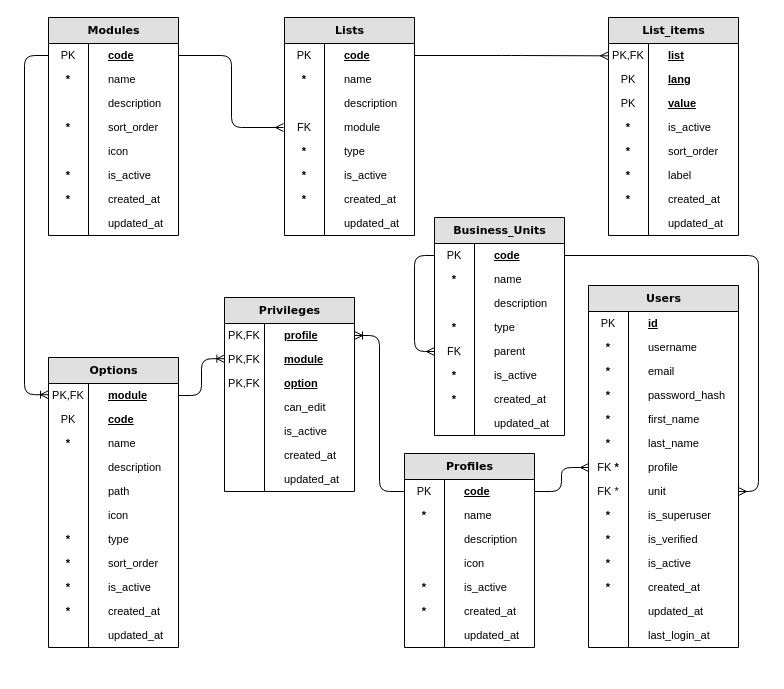
abc-flex/synapxia keeps this draw.io diagram as page "admin" (2 of 8) of docs/models.drawio. Above is the earlier version. Source tidied: cells renumbered, new cells numbered last; positions are measured from the earlier drawing's top-left corner, leaving out a move shared by most shapes. Both pictures are drawn from the tidied source at 100%, with x=0, y=0 at pixel (24, 17).
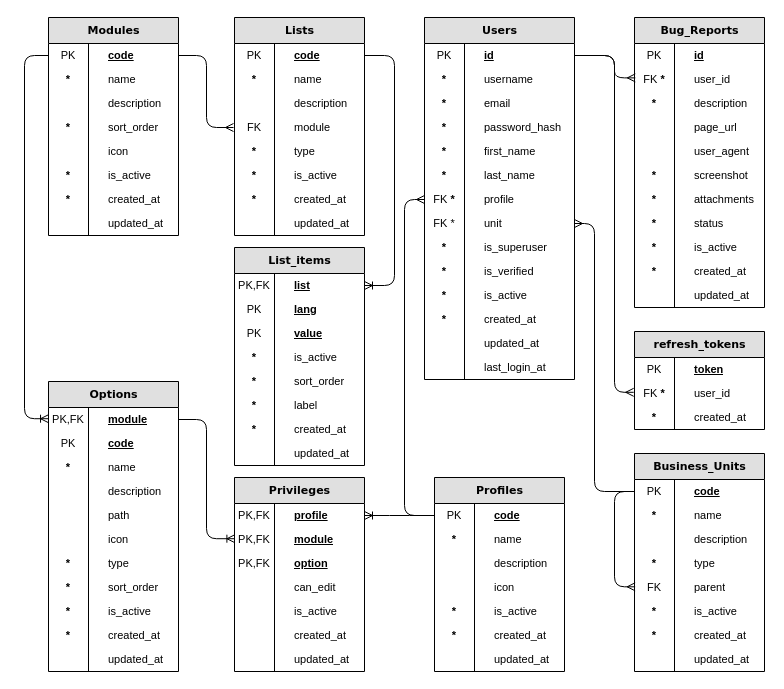
Above is the later version.

Commit message (it also covers changes not shown here):
chore: bug_reports and refresh_token integrated in DDL scripts

Unchanged cells that the change refers to:
```xml
<mxCell id="20" value="&lt;u&gt;code&lt;/u&gt;" style="shape=partialRectangle;top=0;left=0;right=0;bottom=0;html=1;align=left;verticalAlign=middle;fillColor=none;spacingLeft=60;spacingRight=4;whiteSpace=wrap;overflow=hidden;points=[[0,0.5],[1,0.5]];portConstraint=eastwest;fontStyle=1;fontSize=11;spacing=0;" parent="19" vertex="1">
  <mxGeometry y="26" width="130" height="24" as="geometry" />
</mxCell>
<mxCell id="37" value="&lt;u&gt;list&lt;/u&gt;" style="shape=partialRectangle;top=0;left=0;right=0;bottom=0;html=1;align=left;verticalAlign=middle;fillColor=none;spacingLeft=60;spacingRight=4;whiteSpace=wrap;overflow=hidden;points=[[0,0.5],[1,0.5]];portConstraint=eastwest;fontStyle=1;fontSize=11;spacing=0;" parent="36" vertex="1">
  <mxGeometry y="26" width="130" height="24" as="geometry" />
</mxCell>
<mxCell id="38" value="&lt;span style=&quot;font-weight: normal;&quot;&gt;PK,FK&lt;/span&gt;" style="shape=partialRectangle;fontStyle=1;top=0;left=0;bottom=0;html=1;fillColor=none;align=center;verticalAlign=middle;spacingLeft=4;spacingRight=4;whiteSpace=wrap;overflow=hidden;points=[];portConstraint=eastwest;fontSize=11;spacing=0;" parent="37" vertex="1">
  <mxGeometry width="40" height="24" as="geometry" />
</mxCell>
<mxCell id="54" value="&lt;u&gt;code&lt;/u&gt;" style="shape=partialRectangle;top=0;left=0;right=0;bottom=0;html=1;align=left;verticalAlign=middle;fillColor=none;spacingLeft=60;spacingRight=4;whiteSpace=wrap;overflow=hidden;points=[[0,0.5],[1,0.5]];portConstraint=eastwest;fontStyle=1;fontSize=11;spacing=0;" parent="53" vertex="1">
  <mxGeometry y="26" width="130" height="24" as="geometry" />
</mxCell>
<mxCell id="69" value="&lt;u&gt;id&lt;/u&gt;" style="shape=partialRectangle;top=0;left=0;right=0;bottom=0;html=1;align=left;verticalAlign=middle;fillColor=none;spacingLeft=60;spacingRight=4;whiteSpace=wrap;overflow=hidden;points=[[0,0.5],[1,0.5]];portConstraint=eastwest;fontStyle=1;fontSize=11;spacing=0;shadow=0;" parent="68" vertex="1">
  <mxGeometry y="26" width="150" height="24" as="geometry" />
</mxCell>
<mxCell id="82" value="FK&amp;nbsp;&lt;b&gt;*&lt;/b&gt;" style="shape=partialRectangle;fontStyle=0;top=0;left=0;bottom=0;html=1;fillColor=none;align=center;verticalAlign=middle;spacingLeft=4;spacingRight=4;whiteSpace=wrap;overflow=hidden;points=[];portConstraint=eastwest;fontSize=11;spacing=0;" parent="81" vertex="1">
  <mxGeometry width="40" height="24" as="geometry" />
</mxCell>
<mxCell id="83" value="unit" style="shape=partialRectangle;top=0;left=0;right=0;bottom=0;html=1;align=left;verticalAlign=middle;fillColor=none;spacingLeft=60;spacingRight=4;whiteSpace=wrap;overflow=hidden;points=[[0,0.5],[1,0.5]];portConstraint=eastwest;fontStyle=0;fontSize=11;spacing=0;" parent="68" vertex="1">
  <mxGeometry y="194" width="150" height="24" as="geometry" />
</mxCell>
<mxCell id="142" value="&lt;u&gt;code&lt;/u&gt;" style="shape=partialRectangle;top=0;left=0;right=0;bottom=0;html=1;align=left;verticalAlign=middle;fillColor=none;spacingLeft=60;spacingRight=4;whiteSpace=wrap;overflow=hidden;points=[[0,0.5],[1,0.5]];portConstraint=eastwest;fontStyle=1;fontSize=11;spacing=0;" parent="141" vertex="1">
  <mxGeometry y="26" width="130" height="24" as="geometry" />
</mxCell>
<mxCell id="143" value="&lt;span style=&quot;font-weight: normal;&quot;&gt;PK&lt;/span&gt;" style="shape=partialRectangle;fontStyle=1;top=0;left=0;bottom=0;html=1;fillColor=none;align=center;verticalAlign=middle;spacingLeft=4;spacingRight=4;whiteSpace=wrap;overflow=hidden;points=[];portConstraint=eastwest;fontSize=11;spacing=0;" parent="142" vertex="1">
  <mxGeometry width="40" height="24" as="geometry" />
</mxCell>
<mxCell id="151" value="FK" style="shape=partialRectangle;fontStyle=0;top=0;left=0;bottom=0;html=1;fillColor=none;align=center;verticalAlign=middle;spacingLeft=4;spacingRight=4;whiteSpace=wrap;overflow=hidden;points=[];portConstraint=eastwest;fontSize=11;spacing=0;" parent="150" vertex="1">
  <mxGeometry width="40" height="24" as="geometry" />
</mxCell>
```

Change to the diagram source:
```diff
@@
     <mxCell id="19" value="&lt;font&gt;&lt;span&gt;Lists&lt;/span&gt;&lt;/font&gt;" style="swimlane;html=1;fontStyle=1;horizontal=1;startSize=26;fillColor=#e0e0e0;swimlaneFillColor=#ffffff;align=center;rounded=0;shadow=0;comic=0;labelBackgroundColor=none;strokeWidth=1;fontFamily=Verdana;fontSize=11;spacing=0;" parent="1" vertex="1">
-      <mxGeometry x="260" width="130" height="218" as="geometry" />
+      <mxGeometry x="210" width="130" height="218" as="geometry" />
     </mxCell>
@@
     <mxCell id="36" value="&lt;font&gt;&lt;span&gt;List_items&lt;/span&gt;&lt;/font&gt;" style="swimlane;html=1;fontStyle=1;horizontal=1;startSize=26;fillColor=#e0e0e0;swimlaneFillColor=#ffffff;align=center;rounded=0;shadow=0;comic=0;labelBackgroundColor=none;strokeWidth=1;fontFamily=Verdana;fontSize=11;spacing=0;" parent="1" vertex="1">
-      <mxGeometry x="584" width="130" height="218" as="geometry" />
+      <mxGeometry x="210" y="230" width="130" height="218" as="geometry" />
     </mxCell>
@@
     <mxCell id="53" value="&lt;font&gt;Profiles&lt;/font&gt;" style="swimlane;html=1;fontStyle=1;horizontal=1;startSize=26;fillColor=#e0e0e0;swimlaneFillColor=#ffffff;align=center;rounded=0;shadow=0;comic=0;labelBackgroundColor=none;strokeWidth=1;fontFamily=Verdana;fontSize=11;spacing=0;" parent="1" vertex="1">
-      <mxGeometry x="380" y="436" width="130" height="194" as="geometry" />
+      <mxGeometry x="410" y="460" width="130" height="194" as="geometry" />
     </mxCell>
@@
     <mxCell id="68" value="&lt;font&gt;Users&lt;/font&gt;" style="swimlane;html=1;fontStyle=1;horizontal=1;startSize=26;fillColor=#e0e0e0;swimlaneFillColor=#ffffff;align=center;rounded=0;shadow=0;comic=0;labelBackgroundColor=none;strokeWidth=1;fontFamily=Verdana;fontSize=11;spacing=0;" parent="1" vertex="1">
-      <mxGeometry x="564" y="268" width="150" height="362" as="geometry" />
+      <mxGeometry x="400" width="150" height="362" as="geometry" />
     </mxCell>
@@
     <mxCell id="97" value="&lt;font&gt;Options&lt;/font&gt;" style="swimlane;html=1;fontStyle=1;horizontal=1;startSize=26;fillColor=#e0e0e0;swimlaneFillColor=#ffffff;align=center;rounded=0;shadow=0;comic=0;labelBackgroundColor=none;strokeWidth=1;fontFamily=Verdana;fontSize=11;spacing=0;" parent="1" vertex="1">
-      <mxGeometry x="24" y="340" width="130" height="290" as="geometry" />
+      <mxGeometry x="24" y="364" width="130" height="290" as="geometry" />
     </mxCell>
@@
     <mxCell id="120" value="&lt;font&gt;Privileges&lt;/font&gt;" style="swimlane;html=1;fontStyle=1;horizontal=1;startSize=26;fillColor=#e0e0e0;swimlaneFillColor=#ffffff;align=center;rounded=0;shadow=0;comic=0;labelBackgroundColor=none;strokeWidth=1;fontFamily=Verdana;fontSize=11;spacing=0;" parent="1" vertex="1">
-      <mxGeometry x="200" y="280" width="130" height="194" as="geometry" />
+      <mxGeometry x="210" y="460" width="130" height="194" as="geometry" />
     </mxCell>
@@
-    <mxCell id="136" style="edgeStyle=elbowEdgeStyle;html=1;startArrow=none;endArrow=ERmany;rounded=1;fontFamily=Verdana;fontSize=11;fontStyle=1;spacing=0;startFill=0;exitX=1;exitY=0.5;exitDx=0;exitDy=0;entryX=0;entryY=0.514;entryDx=0;entryDy=0;entryPerimeter=0;" parent="1" edge="1" source="20" target="38">
-      <mxGeometry relative="1" as="geometry" />
+    <mxCell id="136" style="edgeStyle=elbowEdgeStyle;html=1;startArrow=none;endArrow=ERoneToMany;rounded=1;fontFamily=Verdana;fontSize=11;fontStyle=1;spacing=0;startFill=0;exitX=1;exitY=0.5;exitDx=0;exitDy=0;entryX=1;entryY=0.5;entryDx=0;entryDy=0;endFill=0;" parent="1" edge="1" source="20" target="37">
+      <mxGeometry relative="1" as="geometry">
+        <Array as="points">
+          <mxPoint x="370" y="160" />
+        </Array>
+      </mxGeometry>
     </mxCell>
     <mxCell id="137" style="edgeStyle=elbowEdgeStyle;html=1;startArrow=none;endArrow=ERmany;rounded=1;fontFamily=Verdana;fontSize=11;fontStyle=1;spacing=0;startFill=0;" parent="1" edge="1" source="54" target="82">
-      <mxGeometry relative="1" as="geometry" />
+      <mxGeometry relative="1" as="geometry">
+        <Array as="points">
+          <mxPoint x="380" y="330" />
+        </Array>
+      </mxGeometry>
     </mxCell>
@@
     <mxCell id="141" value="&lt;font&gt;Business_Units&lt;/font&gt;" style="swimlane;html=1;fontStyle=1;horizontal=1;startSize=26;fillColor=#e0e0e0;swimlaneFillColor=#ffffff;align=center;rounded=0;shadow=0;comic=0;labelBackgroundColor=none;strokeWidth=1;fontFamily=Verdana;fontSize=11;spacing=0;" parent="1" vertex="1">
-      <mxGeometry x="410" y="200" width="130" height="218" as="geometry" />
+      <mxGeometry x="610" y="436" width="130" height="218" as="geometry" />
     </mxCell>
@@
-    <mxCell id="158" style="edgeStyle=elbowEdgeStyle;html=1;startArrow=none;endArrow=ERmany;rounded=1;fontFamily=Verdana;fontSize=11;fontStyle=1;spacing=0;startFill=0;" parent="141" edge="1" source="143" target="151">
+    <mxCell id="158" style="edgeStyle=elbowEdgeStyle;html=1;startArrow=none;endArrow=ERmany;rounded=1;fontFamily=Verdana;fontSize=11;fontStyle=1;spacing=0;startFill=0;exitX=0;exitY=0.5;exitDx=0;exitDy=0;entryX=0.016;entryY=0.471;entryDx=0;entryDy=0;entryPerimeter=0;" parent="141" edge="1" source="142" target="151">
       <mxGeometry relative="1" as="geometry">
         <Array as="points">
-          <mxPoint x="-20" y="189" />
+          <mxPoint x="-20" y="88" />
         </Array>
       </mxGeometry>
     </mxCell>
-    <mxCell id="159" style="edgeStyle=elbowEdgeStyle;html=1;startArrow=none;endArrow=ERmany;rounded=1;fontFamily=Verdana;fontSize=11;fontStyle=1;spacing=0;startFill=0;entryX=1;entryY=0.5;entryDx=0;entryDy=0;exitX=1;exitY=0.5;exitDx=0;exitDy=0;" parent="1" edge="1" source="142" target="83">
+    <mxCell id="159" style="edgeStyle=elbowEdgeStyle;html=1;startArrow=none;endArrow=ERmany;rounded=1;fontFamily=Verdana;fontSize=11;fontStyle=1;spacing=0;startFill=0;entryX=1;entryY=0.5;entryDx=0;entryDy=0;exitX=0;exitY=0.5;exitDx=0;exitDy=0;" parent="1" edge="1" source="142" target="83">
       <mxGeometry relative="1" as="geometry">
         <Array as="points">
-          <mxPoint x="734" y="380" />
+          <mxPoint x="570" y="340" />
         </Array>
       </mxGeometry>
     </mxCell>
+    <mxCell id="160" value="&lt;font&gt;Bug_Reports&lt;/font&gt;" style="swimlane;html=1;fontStyle=1;horizontal=1;startSize=26;fillColor=#e0e0e0;swimlaneFillColor=#ffffff;align=center;rounded=0;shadow=0;comic=0;labelBackgroundColor=none;strokeWidth=1;fontFamily=Verdana;fontSize=11;spacing=0;" parent="1" vertex="1">
+      <mxGeometry x="610" width="130" height="290" as="geometry" />
+    </mxCell>
+    <mxCell id="161" value="&lt;u&gt;id&lt;/u&gt;" style="shape=partialRectangle;top=0;left=0;right=0;bottom=0;html=1;align=left;verticalAlign=middle;fillColor=none;spacingLeft=60;spacingRight=4;whiteSpace=wrap;overflow=hidden;fontStyle=1;fontSize=11;spacing=0;" parent="160" vertex="1">
+      <mxGeometry y="26" width="130" height="24" as="geometry" />
+    </mxCell>
+    <mxCell id="162" value="&lt;span style=&quot;font-weight: normal;&quot;&gt;PK&lt;/span&gt;" style="shape=partialRectangle;fontStyle=1;top=0;left=0;bottom=0;html=1;fillColor=none;align=center;verticalAlign=middle;spacingLeft=4;spacingRight=4;whiteSpace=wrap;overflow=hidden;fontSize=11;spacing=0;" parent="161" vertex="1">
+      <mxGeometry width="40" height="24" as="geometry" />
+    </mxCell>
+    <mxCell id="163" value="&lt;span style=&quot;font-weight: normal;&quot;&gt;user_id&lt;/span&gt;" style="shape=partialRectangle;top=0;left=0;right=0;bottom=0;html=1;align=left;verticalAlign=middle;fillColor=none;spacingLeft=60;spacingRight=4;whiteSpace=wrap;overflow=hidden;fontStyle=1;fontSize=11;spacing=0;" parent="160" vertex="1">
+      <mxGeometry y="50" width="130" height="24" as="geometry" />
+    </mxCell>
+    <mxCell id="164" value="&lt;span style=&quot;font-weight: normal;&quot;&gt;FK&amp;nbsp;&lt;/span&gt;&lt;b&gt;*&lt;/b&gt;" style="shape=partialRectangle;fontStyle=1;top=0;left=0;bottom=0;html=1;fillColor=none;align=center;verticalAlign=middle;spacingLeft=4;spacingRight=4;whiteSpace=wrap;overflow=hidden;points=[];portConstraint=eastwest;fontSize=11;spacing=0;" parent="163" vertex="1">
+      <mxGeometry width="40" height="24" as="geometry" />
+    </mxCell>
+    <mxCell id="165" value="description" style="shape=partialRectangle;top=0;left=0;right=0;bottom=0;html=1;align=left;verticalAlign=middle;fillColor=none;spacingLeft=60;spacingRight=4;whiteSpace=wrap;overflow=hidden;fontStyle=0;fontSize=11;spacing=0;" parent="160" vertex="1">
+      <mxGeometry y="74" width="130" height="24" as="geometry" />
+    </mxCell>
+    <mxCell id="166" value="&lt;b&gt;*&lt;/b&gt;" style="shape=partialRectangle;fontStyle=0;top=0;left=0;bottom=0;html=1;fillColor=none;align=center;verticalAlign=middle;spacingLeft=4;spacingRight=4;whiteSpace=wrap;overflow=hidden;fontSize=11;spacing=0;" parent="165" vertex="1">
+      <mxGeometry width="40" height="24" as="geometry" />
+    </mxCell>
+    <mxCell id="167" value="page_url" style="shape=partialRectangle;top=0;left=0;right=0;bottom=0;html=1;align=left;verticalAlign=middle;fillColor=none;spacingLeft=60;spacingRight=4;whiteSpace=wrap;overflow=hidden;fontStyle=0;fontSize=11;spacing=0;" parent="160" vertex="1">
+      <mxGeometry y="98" width="130" height="24" as="geometry" />
+    </mxCell>
+    <mxCell id="168" style="shape=partialRectangle;fontStyle=0;top=0;left=0;bottom=0;html=1;fillColor=none;align=center;verticalAlign=middle;spacingLeft=4;spacingRight=4;whiteSpace=wrap;overflow=hidden;fontSize=11;spacing=0;" parent="167" vertex="1">
+      <mxGeometry width="40" height="24" as="geometry" />
+    </mxCell>
+    <mxCell id="169" value="user_agent" style="shape=partialRectangle;top=0;left=0;right=0;bottom=0;html=1;align=left;verticalAlign=middle;fillColor=none;spacingLeft=60;spacingRight=4;whiteSpace=wrap;overflow=hidden;fontStyle=0;fontSize=11;spacing=0;" parent="160" vertex="1">
+      <mxGeometry y="122" width="130" height="24" as="geometry" />
+    </mxCell>
+    <mxCell id="170" style="shape=partialRectangle;fontStyle=0;top=0;left=0;bottom=0;html=1;fillColor=none;align=center;verticalAlign=middle;spacingLeft=4;spacingRight=4;whiteSpace=wrap;overflow=hidden;fontSize=11;spacing=0;" parent="169" vertex="1">
+      <mxGeometry width="40" height="24" as="geometry" />
+    </mxCell>
+    <mxCell id="171" value="screenshot" style="shape=partialRectangle;top=0;left=0;right=0;bottom=0;html=1;align=left;verticalAlign=middle;fillColor=none;spacingLeft=60;spacingRight=4;whiteSpace=wrap;overflow=hidden;fontStyle=0;fontSize=11;spacing=0;" parent="160" vertex="1">
+      <mxGeometry y="146" width="130" height="24" as="geometry" />
+    </mxCell>
+    <mxCell id="172" value="&lt;b&gt;*&lt;/b&gt;" style="shape=partialRectangle;fontStyle=0;top=0;left=0;bottom=0;html=1;fillColor=none;align=center;verticalAlign=middle;spacingLeft=4;spacingRight=4;whiteSpace=wrap;overflow=hidden;fontSize=11;spacing=0;" parent="171" vertex="1">
+      <mxGeometry width="40" height="24" as="geometry" />
+    </mxCell>
+    <mxCell id="173" value="attachments" style="shape=partialRectangle;top=0;left=0;right=0;bottom=0;html=1;align=left;verticalAlign=middle;fillColor=none;spacingLeft=60;spacingRight=4;whiteSpace=wrap;overflow=hidden;fontStyle=0;fontSize=11;spacing=0;" parent="160" vertex="1">
+      <mxGeometry y="170" width="130" height="24" as="geometry" />
+    </mxCell>
+    <mxCell id="174" value="&lt;b&gt;*&lt;/b&gt;" style="shape=partialRectangle;fontStyle=0;top=0;left=0;bottom=0;html=1;fillColor=none;align=center;verticalAlign=middle;spacingLeft=4;spacingRight=4;whiteSpace=wrap;overflow=hidden;fontSize=11;spacing=0;" parent="173" vertex="1">
+      <mxGeometry width="40" height="24" as="geometry" />
+    </mxCell>
+    <mxCell id="175" value="status" style="shape=partialRectangle;top=0;left=0;right=0;bottom=0;html=1;align=left;verticalAlign=middle;fillColor=none;spacingLeft=60;spacingRight=4;whiteSpace=wrap;overflow=hidden;fontStyle=0;fontSize=11;spacing=0;" parent="160" vertex="1">
+      <mxGeometry y="194" width="130" height="24" as="geometry" />
+    </mxCell>
+    <mxCell id="176" value="&lt;b&gt;*&lt;/b&gt;" style="shape=partialRectangle;fontStyle=0;top=0;left=0;bottom=0;html=1;fillColor=none;align=center;verticalAlign=middle;spacingLeft=4;spacingRight=4;whiteSpace=wrap;overflow=hidden;fontSize=11;spacing=0;" parent="175" vertex="1">
+      <mxGeometry width="40" height="24" as="geometry" />
+    </mxCell>
+    <mxCell id="177" value="is_active" style="shape=partialRectangle;top=0;left=0;right=0;bottom=0;html=1;align=left;verticalAlign=middle;fillColor=none;spacingLeft=60;spacingRight=4;whiteSpace=wrap;overflow=hidden;fontStyle=0;fontSize=11;spacing=0;" parent="160" vertex="1">
+      <mxGeometry y="218" width="130" height="24" as="geometry" />
+    </mxCell>
+    <mxCell id="178" value="&lt;b&gt;*&lt;/b&gt;" style="shape=partialRectangle;fontStyle=0;top=0;left=0;bottom=0;html=1;fillColor=none;align=center;verticalAlign=middle;spacingLeft=4;spacingRight=4;whiteSpace=wrap;overflow=hidden;fontSize=11;spacing=0;" parent="177" vertex="1">
+      <mxGeometry width="40" height="24" as="geometry" />
+    </mxCell>
+    <mxCell id="179" value="created_at" style="shape=partialRectangle;top=0;left=0;right=0;bottom=0;html=1;align=left;verticalAlign=middle;fillColor=none;spacingLeft=60;spacingRight=4;whiteSpace=wrap;overflow=hidden;fontStyle=0;fontSize=11;spacing=0;" parent="160" vertex="1">
+      <mxGeometry y="242" width="130" height="24" as="geometry" />
+    </mxCell>
+    <mxCell id="180" value="&lt;b&gt;*&lt;/b&gt;" style="shape=partialRectangle;fontStyle=0;top=0;left=0;bottom=0;html=1;fillColor=none;align=center;verticalAlign=middle;spacingLeft=4;spacingRight=4;whiteSpace=wrap;overflow=hidden;fontSize=11;spacing=0;" parent="179" vertex="1">
+      <mxGeometry width="40" height="24" as="geometry" />
+    </mxCell>
+    <mxCell id="181" value="updated_at" style="shape=partialRectangle;top=0;left=0;right=0;bottom=0;html=1;align=left;verticalAlign=middle;fillColor=none;spacingLeft=60;spacingRight=4;whiteSpace=wrap;overflow=hidden;fontStyle=0;fontSize=11;spacing=0;" parent="160" vertex="1">
+      <mxGeometry y="266" width="130" height="24" as="geometry" />
+    </mxCell>
+    <mxCell id="182" style="shape=partialRectangle;fontStyle=0;top=0;left=0;bottom=0;html=1;fillColor=none;align=center;verticalAlign=middle;spacingLeft=4;spacingRight=4;whiteSpace=wrap;overflow=hidden;fontSize=11;spacing=0;" parent="181" vertex="1">
+      <mxGeometry width="40" height="24" as="geometry" />
+    </mxCell>
+    <mxCell id="183" style="edgeStyle=elbowEdgeStyle;html=1;startArrow=none;endArrow=ERmany;rounded=1;fontFamily=Verdana;fontSize=11;fontStyle=1;spacing=0;startFill=0;entryX=0.02;entryY=0.433;entryDx=0;entryDy=0;exitX=1;exitY=0.5;exitDx=0;exitDy=0;entryPerimeter=0;" parent="1" edge="1" source="69" target="164">
+      <mxGeometry relative="1" as="geometry">
+        <Array as="points">
+          <mxPoint x="590" y="50" />
+        </Array>
+      </mxGeometry>
+    </mxCell>
+    <mxCell id="184" value="&lt;font&gt;refresh_tokens&lt;/font&gt;" style="swimlane;html=1;fontStyle=1;horizontal=1;startSize=26;fillColor=#e0e0e0;swimlaneFillColor=#ffffff;align=center;rounded=0;shadow=0;comic=0;labelBackgroundColor=none;strokeWidth=1;fontFamily=Verdana;fontSize=11;spacing=0;" parent="1" vertex="1">
+      <mxGeometry x="610" y="314" width="130" height="98" as="geometry" />
+    </mxCell>
+    <mxCell id="185" value="&lt;u&gt;token&lt;/u&gt;" style="shape=partialRectangle;top=0;left=0;right=0;bottom=0;html=1;align=left;verticalAlign=middle;fillColor=none;spacingLeft=60;spacingRight=4;whiteSpace=wrap;overflow=hidden;fontStyle=1;fontSize=11;spacing=0;" parent="184" vertex="1">
+      <mxGeometry y="26" width="130" height="24" as="geometry" />
+    </mxCell>
+    <mxCell id="186" value="&lt;span style=&quot;font-weight: normal;&quot;&gt;PK&lt;/span&gt;" style="shape=partialRectangle;fontStyle=1;top=0;left=0;bottom=0;html=1;fillColor=none;align=center;verticalAlign=middle;spacingLeft=4;spacingRight=4;whiteSpace=wrap;overflow=hidden;fontSize=11;spacing=0;" parent="185" vertex="1">
+      <mxGeometry width="40" height="24" as="geometry" />
+    </mxCell>
+    <mxCell id="187" value="user_id" style="shape=partialRectangle;top=0;left=0;right=0;bottom=0;html=1;align=left;verticalAlign=middle;fillColor=none;spacingLeft=60;spacingRight=4;whiteSpace=wrap;overflow=hidden;fontStyle=0;fontSize=11;spacing=0;" parent="184" vertex="1">
+      <mxGeometry y="50" width="130" height="24" as="geometry" />
+    </mxCell>
+    <mxCell id="188" value="FK &lt;b&gt;*&lt;/b&gt;" style="shape=partialRectangle;fontStyle=0;top=0;left=0;bottom=0;html=1;fillColor=none;align=center;verticalAlign=middle;spacingLeft=4;spacingRight=4;whiteSpace=wrap;overflow=hidden;points=[];portConstraint=eastwest;fontSize=11;spacing=0;" parent="187" vertex="1">
+      <mxGeometry width="40" height="24" as="geometry" />
+    </mxCell>
+    <mxCell id="189" value="created_at" style="shape=partialRectangle;top=0;left=0;right=0;bottom=0;html=1;align=left;verticalAlign=middle;fillColor=none;spacingLeft=60;spacingRight=4;whiteSpace=wrap;overflow=hidden;fontStyle=0;fontSize=11;spacing=0;" parent="184" vertex="1">
+      <mxGeometry y="74" width="130" height="24" as="geometry" />
+    </mxCell>
+    <mxCell id="190" value="&lt;b&gt;*&lt;/b&gt;" style="shape=partialRectangle;fontStyle=0;top=0;left=0;bottom=0;html=1;fillColor=none;align=center;verticalAlign=middle;spacingLeft=4;spacingRight=4;whiteSpace=wrap;overflow=hidden;fontSize=11;spacing=0;" parent="189" vertex="1">
+      <mxGeometry width="40" height="24" as="geometry" />
+    </mxCell>
+    <mxCell id="191" style="edgeStyle=elbowEdgeStyle;html=1;startArrow=none;endArrow=ERmany;rounded=1;fontFamily=Verdana;fontSize=11;fontStyle=1;spacing=0;startFill=0;entryX=-0.02;entryY=0.45;entryDx=0;entryDy=0;exitX=1;exitY=0.5;exitDx=0;exitDy=0;entryPerimeter=0;" parent="1" edge="1" source="69" target="188">
+      <mxGeometry relative="1" as="geometry">
+        <Array as="points">
+          <mxPoint x="590" y="210" />
+        </Array>
+      </mxGeometry>
+    </mxCell>
```
